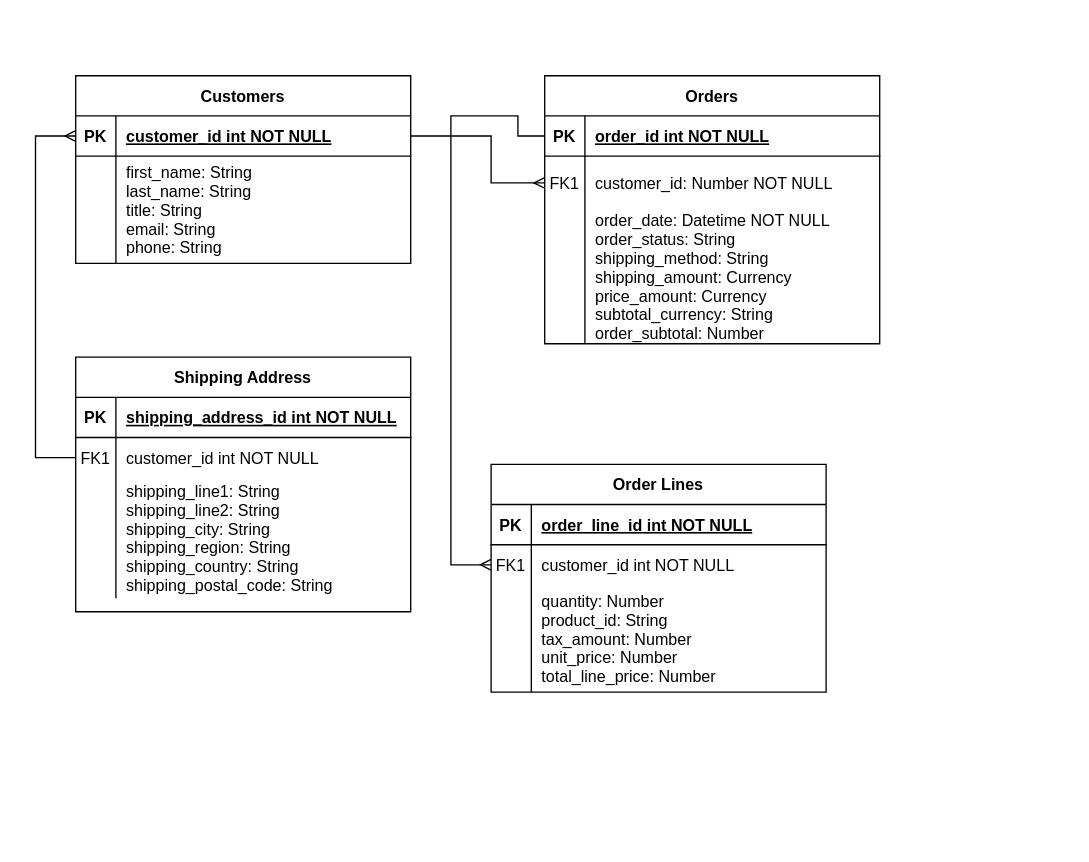
The draw.io diagram salesOrderProcessingERD.drawio in james-cole-174/NEA, before the edit. Source tidied: cells renumbered, new cells numbered last; positions are measured from the earlier drawing's top-left corner, leaving out a move shared by most shapes. Both pictures are drawn from the tidied source at 134%, with x=0, y=0 at pixel (35, 75).
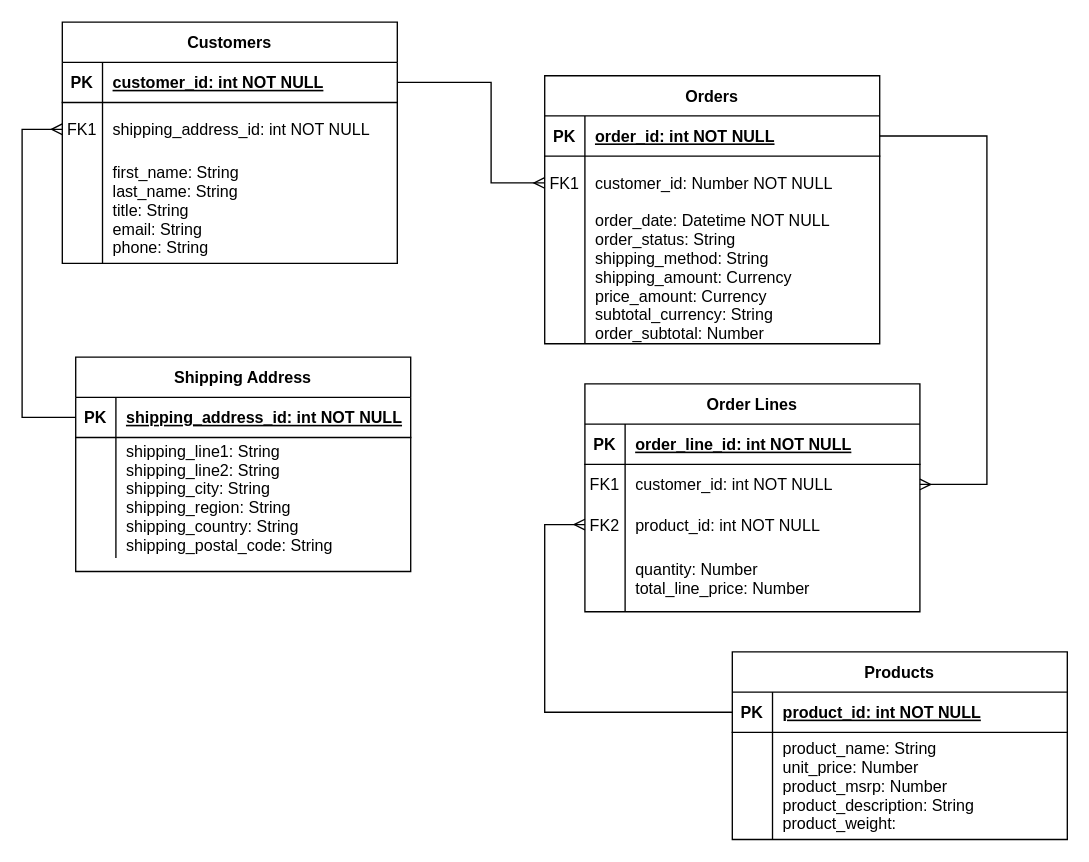
Above is the later version.

Unchanged cells that the change refers to:
```xml
<mxCell id="3" style="shape=partialRectangle;fillColor=none;points=[[0,0.5],[1,0.5]];portConstraint=eastwest;top=0;left=0;right=0;bottom=1;" parent="2" vertex="1">
  <mxGeometry y="30" width="250" height="30" as="geometry" />
</mxCell>
<mxCell id="6" style="shape=partialRectangle;fillColor=none;points=[[0,0.5],[1,0.5]];portConstraint=eastwest;top=0;left=0;right=0;bottom=0;" parent="2" vertex="1">
  <mxGeometry y="60" width="250" height="40" as="geometry" />
</mxCell>
<mxCell id="13" style="shape=partialRectangle;fillColor=none;points=[[0,0.5],[1,0.5]];portConstraint=eastwest;top=0;left=0;right=0;bottom=1;" parent="12" vertex="1">
  <mxGeometry y="30" width="250" height="30" as="geometry" />
</mxCell>
<mxCell id="20" style="shape=partialRectangle;fillColor=none;top=0;left=0;right=0;bottom=1;" parent="19" vertex="1">
  <mxGeometry y="30" width="250" height="30" as="geometry" />
</mxCell>
<mxCell id="23" style="shape=partialRectangle;fillColor=none;points=[[0,0.5],[1,0.5]];portConstraint=eastwest;top=0;left=0;right=0;bottom=0;" parent="19" vertex="1">
  <mxGeometry y="60" width="250" height="30" as="geometry" />
</mxCell>
<mxCell id="31" style="shape=partialRectangle;fillColor=none;points=[[0,0.5],[1,0.5]];portConstraint=eastwest;top=0;left=0;right=0;bottom=1;" parent="30" vertex="1">
  <mxGeometry y="30" width="250" height="30" as="geometry" />
</mxCell>
```

Change to the diagram source:
```diff
@@
-    <mxCell id="5" value="order_id int NOT NULL " style="shape=partialRectangle;overflow=hidden;fillColor=none;top=0;left=0;bottom=0;right=0;align=left;spacingLeft=6;fontStyle=5;" parent="3" vertex="1">
+    <mxCell id="5" value="order_id: int NOT NULL " style="shape=partialRectangle;overflow=hidden;fillColor=none;top=0;left=0;bottom=0;right=0;align=left;spacingLeft=6;fontStyle=5;" parent="3" vertex="1">
       <mxGeometry x="30" width="220" height="30" as="geometry" />
     </mxCell>
@@
     <mxCell id="12" value="Customers" style="shape=table;startSize=30;childLayout=tableLayout;rowLines=0;fontStyle=1;align=center;" parent="1" vertex="1">
-      <mxGeometry x="30" width="250" height="140" as="geometry" />
+      <mxGeometry x="20" y="-40" width="250" height="180" as="geometry" />
     </mxCell>
@@
-    <mxCell id="15" value="customer_id int NOT NULL " style="shape=partialRectangle;overflow=hidden;fillColor=none;top=0;left=0;bottom=0;right=0;align=left;spacingLeft=6;fontStyle=5;" parent="13" vertex="1">
+    <mxCell id="15" value="customer_id: int NOT NULL " style="shape=partialRectangle;overflow=hidden;fillColor=none;top=0;left=0;bottom=0;right=0;align=left;spacingLeft=6;fontStyle=5;" parent="13" vertex="1">
       <mxGeometry x="30" width="220" height="30" as="geometry" />
     </mxCell>
+    <mxCell id="42" style="shape=partialRectangle;fillColor=none;points=[[0,0.5],[1,0.5]];portConstraint=eastwest;top=0;left=0;right=0;bottom=0;" parent="12" vertex="1">
+      <mxGeometry y="60" width="250" height="40" as="geometry" />
+    </mxCell>
+    <mxCell id="35" value="FK1" style="shape=partialRectangle;overflow=hidden;fillColor=none;top=0;left=0;bottom=0;right=0;" parent="42" vertex="1">
+      <mxGeometry width="30" height="40" as="geometry" />
+    </mxCell>
+    <mxCell id="43" value="shipping_address_id: int NOT NULL" style="shape=partialRectangle;overflow=hidden;fillColor=none;top=0;left=0;bottom=0;right=0;align=left;spacingLeft=6;" parent="42" vertex="1">
+      <mxGeometry x="30" width="220" height="40" as="geometry" />
+    </mxCell>
     <mxCell id="16" style="shape=partialRectangle;fillColor=none;top=0;left=0;right=0;bottom=0;" parent="12" vertex="1">
-      <mxGeometry y="60" width="250" height="80" as="geometry" />
+      <mxGeometry y="100" width="250" height="80" as="geometry" />
     </mxCell>
@@
     <mxCell id="19" value="Order Lines" style="shape=table;startSize=30;childLayout=tableLayout;rowLines=0;fontStyle=1;align=center;" parent="1" vertex="1">
-      <mxGeometry x="340" y="290" width="250" height="170" as="geometry" />
+      <mxGeometry x="410" y="230" width="250" height="170" as="geometry" />
     </mxCell>
@@
-    <mxCell id="22" value="order_line_id int NOT NULL " style="shape=partialRectangle;overflow=hidden;fillColor=none;top=0;left=0;bottom=0;right=0;align=left;spacingLeft=6;fontStyle=5;" parent="20" vertex="1">
+    <mxCell id="22" value="order_line_id: int NOT NULL " style="shape=partialRectangle;overflow=hidden;fillColor=none;top=0;left=0;bottom=0;right=0;align=left;spacingLeft=6;fontStyle=5;" parent="20" vertex="1">
       <mxGeometry x="30" width="220" height="30" as="geometry" />
     </mxCell>
@@
-    <mxCell id="25" value="customer_id int NOT NULL" style="shape=partialRectangle;overflow=hidden;fillColor=none;top=0;left=0;bottom=0;right=0;align=left;spacingLeft=6;" parent="23" vertex="1">
+    <mxCell id="25" value="customer_id: int NOT NULL" style="shape=partialRectangle;overflow=hidden;fillColor=none;top=0;left=0;bottom=0;right=0;align=left;spacingLeft=6;" parent="23" vertex="1">
       <mxGeometry x="30" width="220" height="30" as="geometry" />
     </mxCell>
+    <mxCell id="44" style="shape=partialRectangle;fillColor=none;points=[[0,0.5],[1,0.5]];portConstraint=eastwest;top=0;left=0;right=0;bottom=0;" parent="19" vertex="1">
+      <mxGeometry y="90" width="250" height="30" as="geometry" />
+    </mxCell>
+    <mxCell id="45" value="FK2" style="shape=partialRectangle;overflow=hidden;fillColor=none;top=0;left=0;bottom=0;right=0;" parent="44" vertex="1">
+      <mxGeometry width="30" height="30" as="geometry" />
+    </mxCell>
+    <mxCell id="46" value="product_id: int NOT NULL" style="shape=partialRectangle;overflow=hidden;fillColor=none;top=0;left=0;bottom=0;right=0;align=left;spacingLeft=6;" parent="44" vertex="1">
+      <mxGeometry x="30" width="220" height="30" as="geometry" />
+    </mxCell>
     <mxCell id="26" style="shape=partialRectangle;fillColor=none;top=0;left=0;right=0;bottom=0;" parent="19" vertex="1">
-      <mxGeometry y="90" width="250" height="80" as="geometry" />
+      <mxGeometry y="120" width="250" height="50" as="geometry" />
     </mxCell>
     <mxCell id="27" style="shape=partialRectangle;overflow=hidden;fillColor=none;top=0;left=0;bottom=0;right=0;" parent="26" vertex="1">
-      <mxGeometry width="30" height="80" as="geometry" />
+      <mxGeometry width="30" height="50" as="geometry" />
     </mxCell>
-    <mxCell id="28" value="quantity: Number&#10;product_id: String&#10;tax_amount: Number&#10;unit_price: Number&#10;total_line_price: Number" style="shape=partialRectangle;overflow=hidden;fillColor=none;top=0;left=0;bottom=0;right=0;align=left;spacingLeft=6;" parent="26" vertex="1">
-      <mxGeometry x="30" width="220" height="80" as="geometry" />
+    <mxCell id="28" value="quantity: Number&#10;total_line_price: Number" style="shape=partialRectangle;overflow=hidden;fillColor=none;top=0;left=0;bottom=0;right=0;align=left;spacingLeft=6;" parent="26" vertex="1">
+      <mxGeometry x="30" width="220" height="50" as="geometry" />
     </mxCell>
     <mxCell id="29" style="edgeStyle=orthogonalEdgeStyle;rounded=0;jettySize=auto;html=1;exitX=1;exitY=0.5;exitDx=0;exitDy=0;entryX=0;entryY=0.5;entryDx=0;entryDy=0;startArrow=none;startFill=0;endArrow=ERmany;endFill=0;" parent="1" edge="1" source="13" target="6">
       <mxGeometry relative="1" as="geometry">
         <Array as="points">
-          <mxPoint x="340" y="45" />
+          <mxPoint x="340" y="5" />
           <mxPoint x="340" y="80" />
         </Array>
       </mxGeometry>
     </mxCell>
     <mxCell id="30" value="Shipping Address" style="shape=table;startSize=30;childLayout=tableLayout;rowLines=0;fontStyle=1;align=center;" parent="1" vertex="1">
-      <mxGeometry x="30" y="210" width="250" height="190" as="geometry" />
+      <mxGeometry x="30" y="210" width="250" height="160" as="geometry" />
     </mxCell>
@@
-    <mxCell id="33" value="shipping_address_id int NOT NULL " style="shape=partialRectangle;overflow=hidden;fillColor=none;top=0;left=0;bottom=0;right=0;align=left;spacingLeft=6;fontStyle=5;" parent="31" vertex="1">
+    <mxCell id="33" value="shipping_address_id: int NOT NULL " style="shape=partialRectangle;overflow=hidden;fillColor=none;top=0;left=0;bottom=0;right=0;align=left;spacingLeft=6;fontStyle=5;" parent="31" vertex="1">
       <mxGeometry x="30" width="220" height="30" as="geometry" />
     </mxCell>
-    <mxCell id="34" style="shape=partialRectangle;fillColor=none;points=[[0,0.5],[1,0.5]];portConstraint=eastwest;top=0;left=0;right=0;bottom=0;" parent="30" vertex="1">
-      <mxGeometry y="60" width="250" height="30" as="geometry" />
-    </mxCell>
-    <mxCell id="35" value="FK1" style="shape=partialRectangle;overflow=hidden;fillColor=none;top=0;left=0;bottom=0;right=0;" parent="34" vertex="1">
-      <mxGeometry width="30" height="30" as="geometry" />
-    </mxCell>
-    <mxCell id="36" value="customer_id int NOT NULL" style="shape=partialRectangle;overflow=hidden;fillColor=none;top=0;left=0;bottom=0;right=0;align=left;spacingLeft=6;" parent="34" vertex="1">
-      <mxGeometry x="30" width="220" height="30" as="geometry" />
-    </mxCell>
     <mxCell id="37" style="shape=partialRectangle;fillColor=none;top=0;left=0;right=0;bottom=0;" parent="30" vertex="1">
-      <mxGeometry y="90" width="250" height="90" as="geometry" />
+      <mxGeometry y="60" width="250" height="90" as="geometry" />
     </mxCell>
@@
-    <mxCell id="40" style="edgeStyle=orthogonalEdgeStyle;rounded=0;jettySize=auto;html=1;entryX=0;entryY=0.5;entryDx=0;entryDy=0;startArrow=ERmany;startFill=0;endArrow=none;endFill=0;" parent="1" edge="1" source="13" target="34">
+    <mxCell id="40" style="edgeStyle=orthogonalEdgeStyle;rounded=0;jettySize=auto;html=1;entryX=0;entryY=0.5;entryDx=0;entryDy=0;startArrow=ERmany;startFill=0;endArrow=none;endFill=0;exitX=0;exitY=0.5;exitDx=0;exitDy=0;" parent="1" edge="1" source="42" target="31">
       <mxGeometry relative="1" as="geometry">
         <Array as="points">
-          <mxPoint y="45" />
-          <mxPoint y="285" />
+          <mxPoint x="-10" y="40" />
+          <mxPoint x="-10" y="255" />
         </Array>
       </mxGeometry>
     </mxCell>
-    <mxCell id="41" style="edgeStyle=orthogonalEdgeStyle;rounded=0;jettySize=auto;html=1;entryX=0;entryY=0.5;entryDx=0;entryDy=0;startArrow=none;startFill=0;endArrow=ERmany;endFill=0;exitX=0;exitY=0.5;exitDx=0;exitDy=0;" parent="1" edge="1" source="3" target="23">
+    <mxCell id="41" style="edgeStyle=orthogonalEdgeStyle;rounded=0;jettySize=auto;html=1;entryX=1;entryY=0.5;entryDx=0;entryDy=0;startArrow=none;startFill=0;endArrow=ERmany;endFill=0;exitX=1;exitY=0.5;exitDx=0;exitDy=0;" parent="1" edge="1" source="3" target="23">
       <mxGeometry relative="1" as="geometry">
         <Array as="points">
-          <mxPoint x="360" y="45" />
-          <mxPoint x="360" y="30" />
-          <mxPoint x="310" y="30" />
-          <mxPoint x="310" y="365" />
+          <mxPoint x="710" y="45" />
+          <mxPoint x="710" y="305" />
         </Array>
       </mxGeometry>
     </mxCell>
+    <mxCell id="47" value="Products" style="shape=table;startSize=30;childLayout=tableLayout;rowLines=0;fontStyle=1;align=center;" parent="1" vertex="1">
+      <mxGeometry x="520" y="430" width="250" height="140" as="geometry" />
+    </mxCell>
+    <mxCell id="48" style="shape=partialRectangle;fillColor=none;points=[[0,0.5],[1,0.5]];portConstraint=eastwest;top=0;left=0;right=0;bottom=1;" parent="47" vertex="1">
+      <mxGeometry y="30" width="250" height="30" as="geometry" />
+    </mxCell>
+    <mxCell id="49" value="PK" style="shape=partialRectangle;overflow=hidden;fillColor=none;top=0;left=0;bottom=0;right=0;fontStyle=1;" parent="48" vertex="1">
+      <mxGeometry width="30" height="30" as="geometry" />
+    </mxCell>
+    <mxCell id="50" value="product_id: int NOT NULL" style="shape=partialRectangle;overflow=hidden;fillColor=none;top=0;left=0;bottom=0;right=0;align=left;spacingLeft=6;fontStyle=5;" parent="48" vertex="1">
+      <mxGeometry x="30" width="220" height="30" as="geometry" />
+    </mxCell>
+    <mxCell id="51" style="shape=partialRectangle;fillColor=none;top=0;left=0;right=0;bottom=0;" parent="47" vertex="1">
+      <mxGeometry y="60" width="250" height="80" as="geometry" />
+    </mxCell>
+    <mxCell id="52" style="shape=partialRectangle;overflow=hidden;fillColor=none;top=0;left=0;bottom=0;right=0;" parent="51" vertex="1">
+      <mxGeometry width="30" height="80" as="geometry" />
+    </mxCell>
+    <mxCell id="53" value="product_name: String&#10;unit_price: Number&#10;product_msrp: Number&#10;product_description: String&#10;product_weight:" style="shape=partialRectangle;overflow=hidden;fillColor=none;top=0;left=0;bottom=0;right=0;align=left;spacingLeft=6;" parent="51" vertex="1">
+      <mxGeometry x="30" width="220" height="80" as="geometry" />
+    </mxCell>
+    <mxCell id="54" style="edgeStyle=orthogonalEdgeStyle;rounded=0;jettySize=auto;html=1;exitX=0;exitY=0.5;exitDx=0;exitDy=0;entryX=0;entryY=0.5;entryDx=0;entryDy=0;endArrow=ERmany;endFill=0;" parent="1" edge="1" source="48" target="44">
+      <mxGeometry relative="1" as="geometry">
+        <Array as="points">
+          <mxPoint x="380" y="475" />
+          <mxPoint x="380" y="335" />
+        </Array>
+      </mxGeometry>
+    </mxCell>
```
